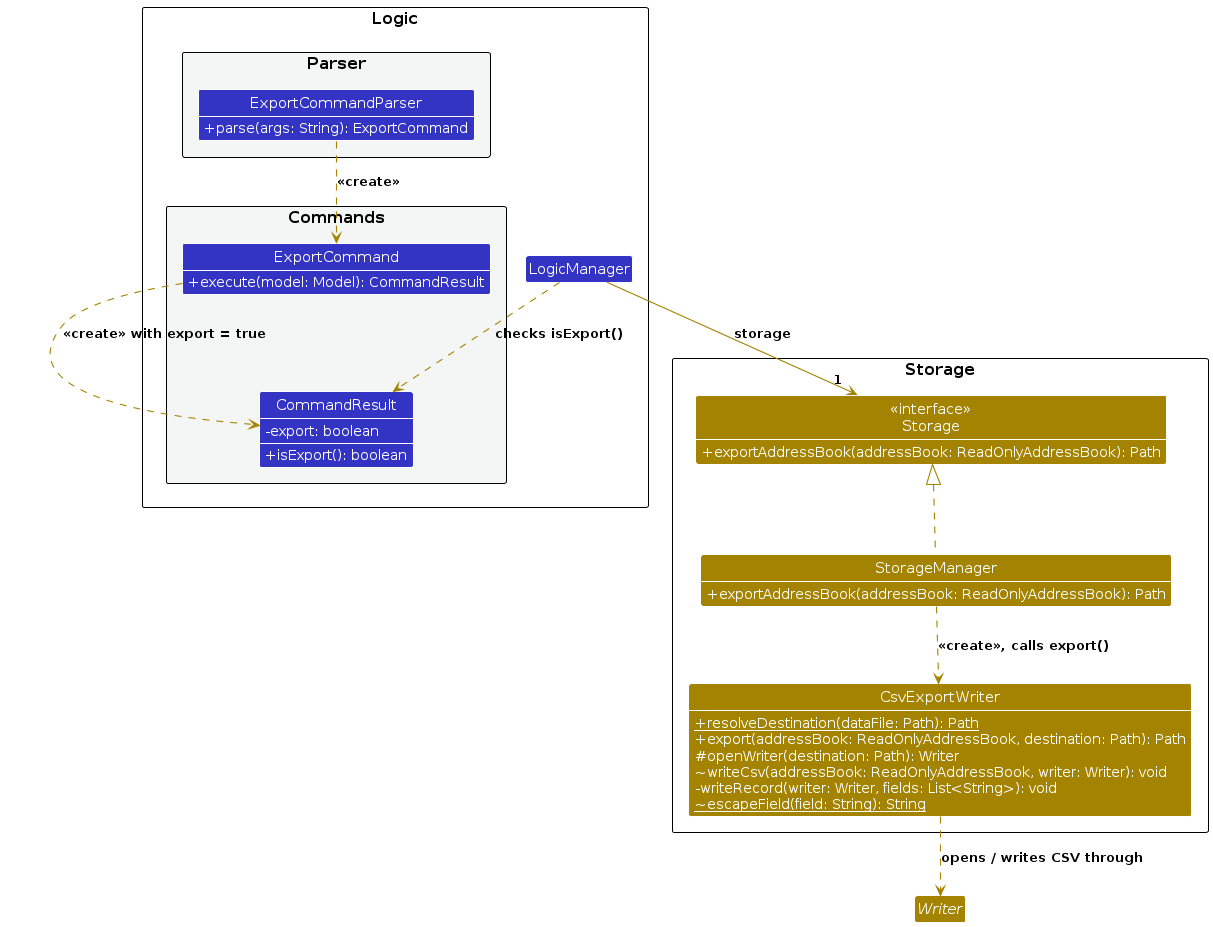
Earlier version of the PlantUML export diagrams/ExportFeatureClassDiagram.png (AY2627S1-CS2103-F10-1/tp). Its source is kept beside it as diagrams/ExportFeatureClassDiagram.puml.
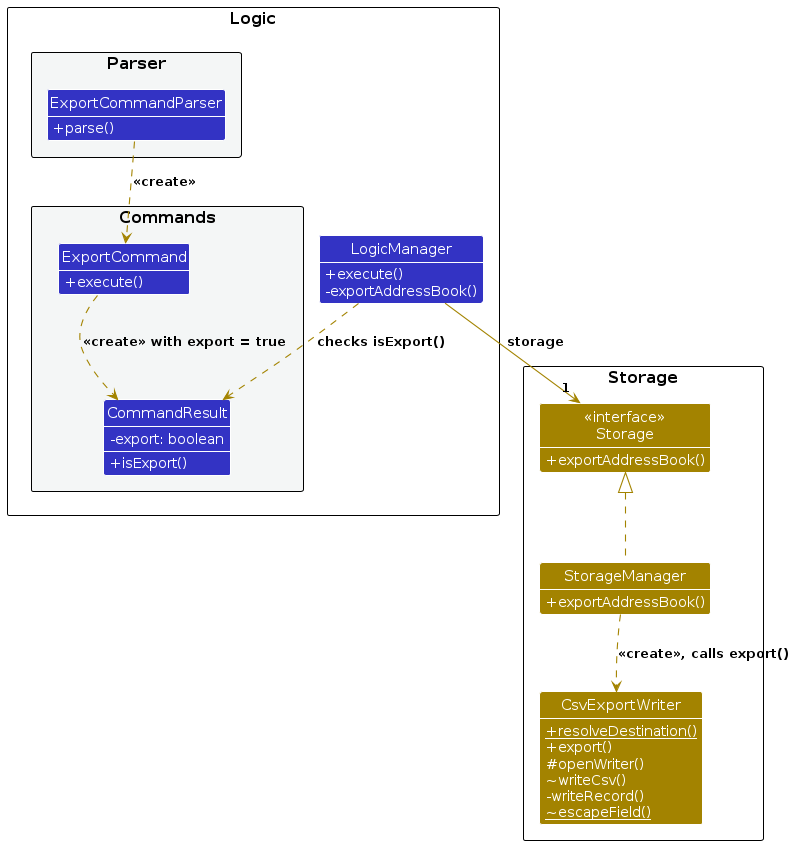
The same file after the commit.

Change to the diagram source:
```diff
@@ -9,44 +9,46 @@
 skinparam classAttributeIconSize 0
 
 package Logic as LogicPackage {
-    Class LogicManager LOGIC_COLOR
+    Class LogicManager LOGIC_COLOR {
+        +execute()
+        -exportAddressBook()
+    }
 
     package Parser as ParserPackage #F4F6F6 {
         Class ExportCommandParser LOGIC_COLOR {
-            +parse(args: String): ExportCommand
+            +parse()
         }
     }
 
     package Commands as CommandsPackage #F4F6F6 {
         Class ExportCommand LOGIC_COLOR {
-            +execute(model: Model): CommandResult
+            +execute()
         }
         Class CommandResult LOGIC_COLOR {
             -export: boolean
-            +isExport(): boolean
+            +isExport()
         }
     }
 }
 
 package Storage as StoragePackage {
     Class "<<interface>>\nStorage" as Storage {
-        +exportAddressBook(addressBook: ReadOnlyAddressBook): Path
+        +exportAddressBook()
     }
     Class StorageManager {
-        +exportAddressBook(addressBook: ReadOnlyAddressBook): Path
+        +exportAddressBook()
     }
     class CsvExportWriter {
-        {static} +resolveDestination(dataFile: Path): Path
-        +export(addressBook: ReadOnlyAddressBook, destination: Path): Path
-        #openWriter(destination: Path): Writer
-        ~writeCsv(addressBook: ReadOnlyAddressBook, writer: Writer): void
-        -writeRecord(writer: Writer, fields: List<String>): void
-        {static} ~escapeField(field: String): String
+        {static} +resolveDestination()
+        +export()
+        #openWriter()
+        ~writeCsv()
+        -writeRecord()
+        {static} ~escapeField()
     }
 }
 
-abstract class Writer
-
+show LogicManager methods
 show Storage methods
 show StorageManager methods
 show CsvExportWriter methods
@@ -61,6 +63,5 @@
 LogicManager --> "1" Storage : storage
 StorageManager .up.|> Storage
 StorageManager ..> CsvExportWriter : <<create>>, calls export()
-CsvExportWriter ..> Writer : opens / writes CSV through
 
 @enduml
```
